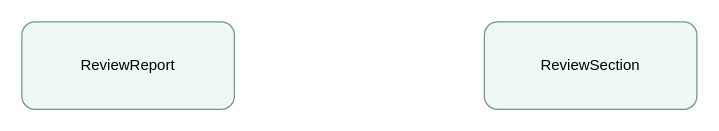
ManuelSelch/pi-verify keeps this draw.io diagram as docs/conceptual-model.drawio. Above is the earlier version. Source tidied: cells renumbered, new cells numbered last; positions are measured from the earlier drawing's top-left corner, leaving out a move shared by most shapes. Both pictures are drawn from the tidied source at 125%, with x=0, y=0 at pixel (21, 21).
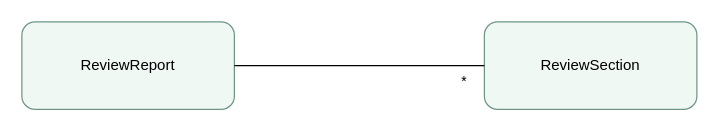
Above is the later version.

Change to the diagram source:
```diff
@@
 <mxGraphModel>
   <root>
     <mxCell id="0" />
     <mxCell id="1" parent="0" />
     <mxCell id="2" value="ReviewReport" style="rounded=1;whiteSpace=wrap;html=1;fillColor=#f0f8f4;strokeColor=#709687;" parent="1" vertex="1">
       <mxGeometry width="170" height="70" as="geometry" />
     </mxCell>
     <mxCell id="3" value="ReviewSection" style="rounded=1;whiteSpace=wrap;html=1;fillColor=#f0f8f4;strokeColor=#709687;" parent="1" vertex="1">
       <mxGeometry x="370" width="170" height="70" as="geometry" />
     </mxCell>
+    <mxCell id="4" style="endArrow=none;html=1;" parent="1" edge="1" source="2" target="3">
+      <mxGeometry relative="1" as="geometry" />
+    </mxCell>
+    <mxCell id="5" value="*" style="edgeLabel;html=1;" parent="4" vertex="1">
+      <mxGeometry x="0.8" relative="1" as="geometry" />
+    </mxCell>
   </root>
 </mxGraphModel>
```
